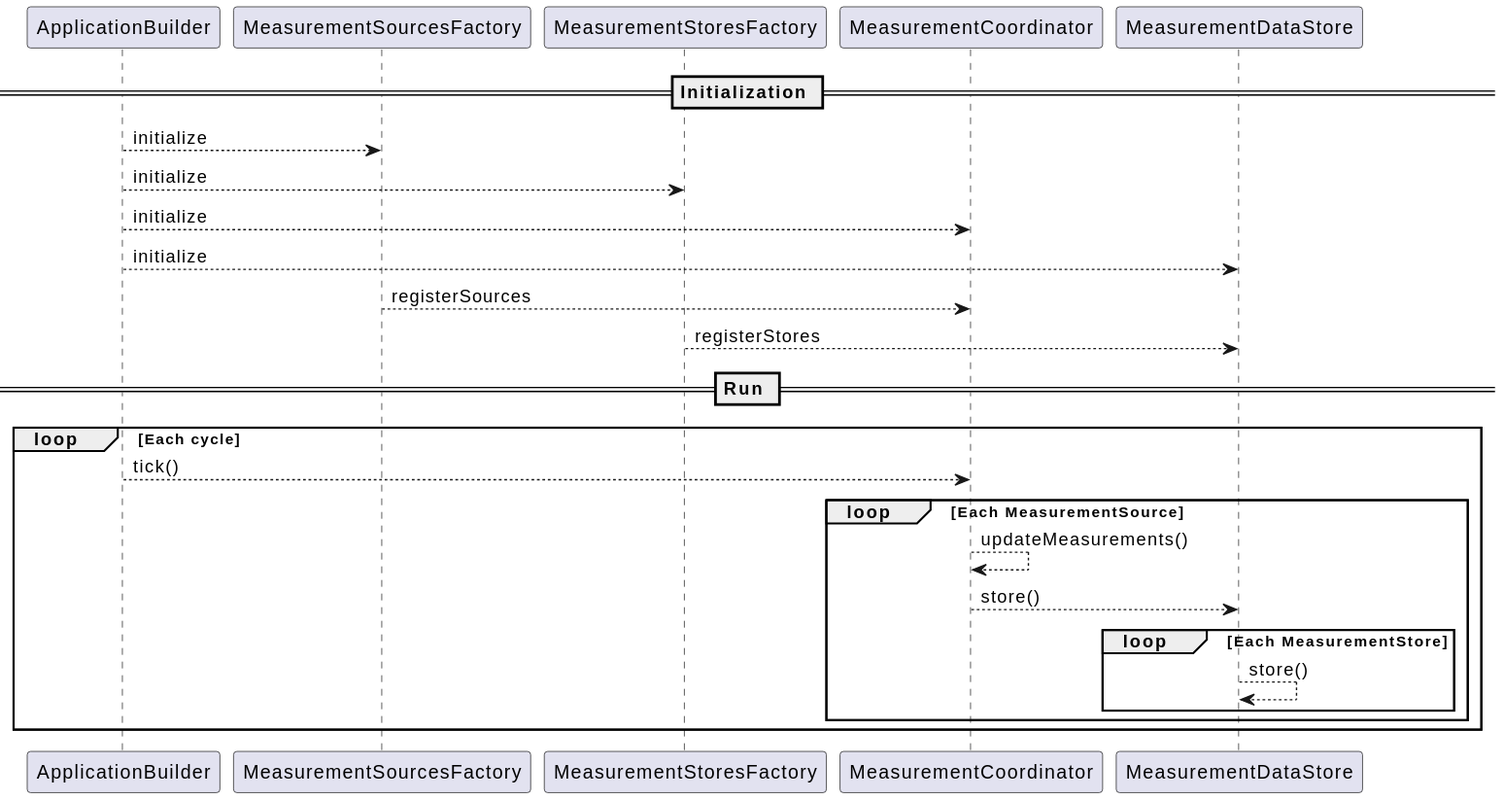
RobertGawron/HardwareDataLogger keeps this PlantUML diagram as Documentation/Diagrams/MeasurementFlowSequenceDiagram.svg. Above is the earlier version. The source it was exported from:
```plantuml
@startuml
participant ApplicationBuilder

participant MeasurementSourcesFactory
participant MeasurementStoresFactory

participant MeasurementCoordinator
participant MeasurementDataStore

== Initialization ==

ApplicationBuilder --> MeasurementSourcesFactory: initialize
ApplicationBuilder --> MeasurementStoresFactory: initialize

ApplicationBuilder --> MeasurementCoordinator : initialize
ApplicationBuilder --> MeasurementDataStore : initialize

MeasurementSourcesFactory --> MeasurementCoordinator : registerSources
MeasurementStoresFactory --> MeasurementDataStore : registerStores

== Run ==

loop Each cycle
    ApplicationBuilder --> MeasurementCoordinator : tick()

    loop Each MeasurementSource
        MeasurementCoordinator --> MeasurementCoordinator : updateMeasurements()
        MeasurementCoordinator --> MeasurementDataStore : store()

        loop Each MeasurementStore
            MeasurementDataStore --> MeasurementDataStore : store()
        end
    end
end
@enduml
```
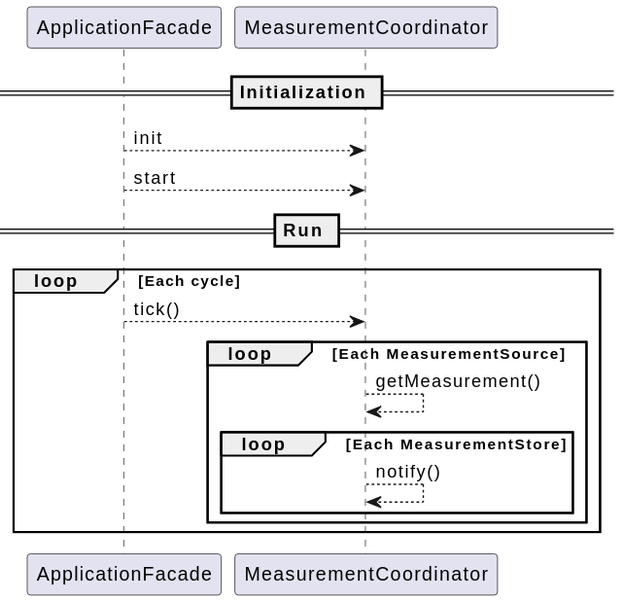
The same diagram one commit later.

The edit, as a diff of the source:
```diff
@@ -1,34 +1,23 @@
 @startuml
-participant ApplicationBuilder
-
-participant MeasurementSourcesFactory
-participant MeasurementStoresFactory
+participant ApplicationFacade
 
 participant MeasurementCoordinator
-participant MeasurementDataStore
 
 == Initialization ==
 
-ApplicationBuilder --> MeasurementSourcesFactory: initialize
-ApplicationBuilder --> MeasurementStoresFactory: initialize
-
-ApplicationBuilder --> MeasurementCoordinator : initialize
-ApplicationBuilder --> MeasurementDataStore : initialize
-
-MeasurementSourcesFactory --> MeasurementCoordinator : registerSources
-MeasurementStoresFactory --> MeasurementDataStore : registerStores
+ApplicationFacade --> MeasurementCoordinator : init
+ApplicationFacade --> MeasurementCoordinator : start
 
 == Run ==
 
 loop Each cycle
-    ApplicationBuilder --> MeasurementCoordinator : tick()
+    ApplicationFacade --> MeasurementCoordinator : tick()
 
     loop Each MeasurementSource
-        MeasurementCoordinator --> MeasurementCoordinator : updateMeasurements()
-        MeasurementCoordinator --> MeasurementDataStore : store()
+        MeasurementCoordinator --> MeasurementCoordinator : getMeasurement()
 
         loop Each MeasurementStore
-            MeasurementDataStore --> MeasurementDataStore : store()
+            MeasurementCoordinator --> MeasurementCoordinator : notify()
         end
     end
 end
```
